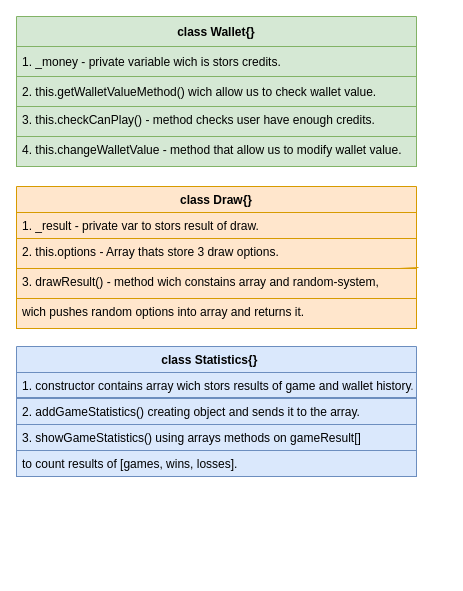
Above: Untitled Diagram.drawio in NoxaGen/one-handed-bandit (draw.io), before the change. Source tidied: cells renumbered, new cells numbered last; positions are measured from the earlier drawing's top-left corner, leaving out a move shared by most shapes. Both pictures are drawn from the tidied source at 100%, with x=0, y=0 at pixel (16, 16).
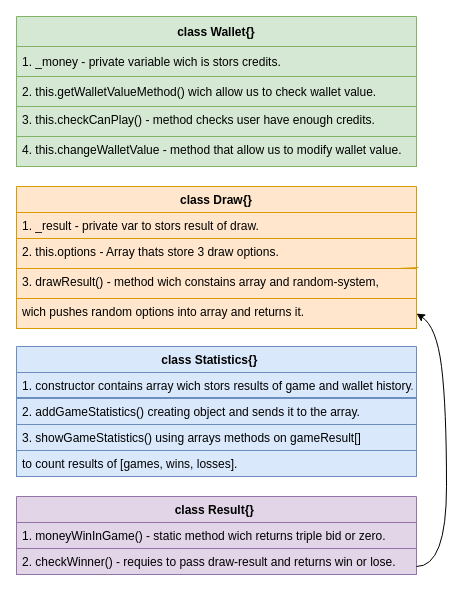
Above is the later version.

Commit message:
added Result class into diag

Unchanged cells that the change refers to:
```xml
<mxCell id="12" value="wich pushes random options into array and returns it." style="text;strokeColor=#d79b00;fillColor=#ffe6cc;align=left;verticalAlign=top;spacingLeft=4;spacingRight=4;overflow=hidden;points=[[0,0.5],[1,0.5]];portConstraint=eastwest;rounded=0;sketch=0;" parent="7" vertex="1">
  <mxGeometry y="112" width="400" height="30" as="geometry" />
</mxCell>
```

Diff of the diagram source:
```diff
@@
+    <mxCell id="19" value="class Result{} " style="swimlane;fontStyle=1;align=center;verticalAlign=top;horizontal=1;startSize=26;rounded=0;sketch=0;fontSize=12;fillColor=#e1d5e7;strokeColor=#9673a6;" parent="1" vertex="1">
+      <mxGeometry y="480" width="400" height="78" as="geometry" />
+    </mxCell>
+    <mxCell id="20" value="1. moneyWinInGame() - static method wich returns triple bid or zero. " style="text;strokeColor=#9673a6;fillColor=#e1d5e7;align=left;verticalAlign=top;spacingLeft=4;spacingRight=4;overflow=hidden;rounded=0;sketch=0;fontSize=12;" parent="19" vertex="1">
+      <mxGeometry y="26" width="400" height="26" as="geometry" />
+    </mxCell>
+    <mxCell id="21" value="2. checkWinner() - requies to pass draw-result and returns win or lose." style="text;strokeColor=#9673a6;fillColor=#e1d5e7;align=left;verticalAlign=top;spacingLeft=4;spacingRight=4;overflow=hidden;rounded=0;sketch=0;fontSize=12;" parent="19" vertex="1">
+      <mxGeometry y="52" width="400" height="26" as="geometry" />
+    </mxCell>
+    <mxCell id="22" style="curved=1;endArrow=classic;html=1;rounded=1;sketch=0;fontSize=12;entryX=1;entryY=0.5;entryDx=0;entryDy=0;" parent="19" edge="1" target="12">
+      <mxGeometry relative="1" as="geometry">
+        <mxPoint x="400" y="70" as="sourcePoint" />
+        <Array as="points">
+          <mxPoint x="430" y="70" />
+          <mxPoint x="430" y="-90" />
+          <mxPoint x="420" y="-170" />
+        </Array>
+      </mxGeometry>
+    </mxCell>
```
